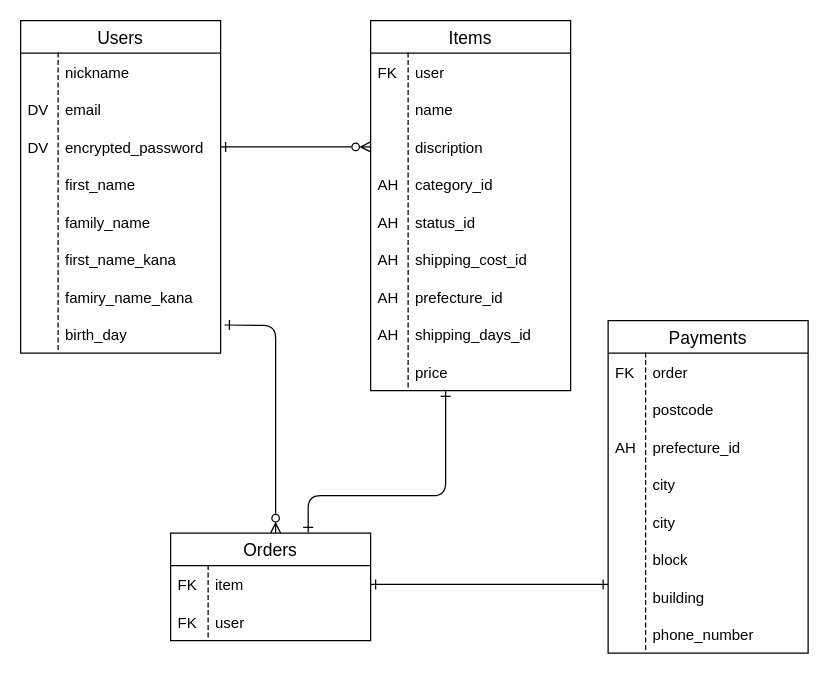
Earlier version of the draw.io diagram furima-38755.dio (prototypefilverse/furima-38755). Source tidied: cells renumbered, new cells numbered last; positions are measured from the earlier drawing's top-left corner, leaving out a move shared by most shapes. Both pictures are drawn from the tidied source at 125%, with x=0, y=0 at pixel (20, 20).
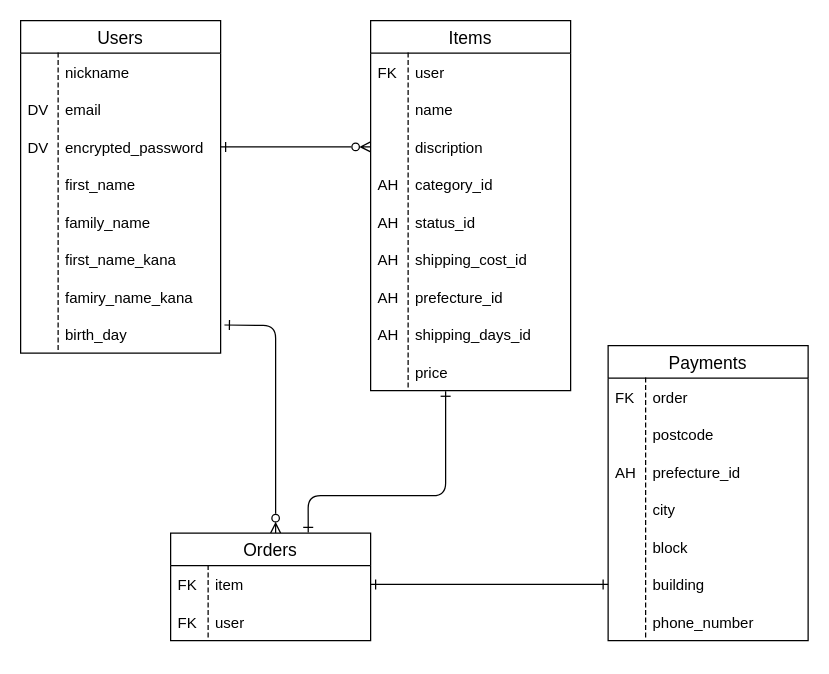
The same diagram, later.

Diff of the diagram source:
```diff
@@
     <mxCell id="44" value="Payments" style="swimlane;fontStyle=0;horizontal=1;startSize=26;align=center;fontSize=14;" parent="1" vertex="1">
-      <mxGeometry x="470" y="240" width="160" height="266" as="geometry" />
+      <mxGeometry x="470" y="260" width="160" height="236" as="geometry" />
     </mxCell>
@@
-    <mxCell id="53" value="city" style="shape=partialRectangle;fillColor=none;align=left;verticalAlign=middle;strokeColor=none;spacingLeft=34;" parent="44" vertex="1">
-      <mxGeometry y="146" width="160" height="30" as="geometry" />
-    </mxCell>
-    <mxCell id="54" style="shape=partialRectangle;top=0;left=0;bottom=0;fillColor=none;stokeWidth=1;dashed=1;align=left;verticalAlign=middle;spacingLeft=4;spacingRight=4;overflow=hidden;" parent="53" vertex="1">
-      <mxGeometry width="30" height="30" as="geometry" />
-    </mxCell>
     <mxCell id="55" value="block" style="shape=partialRectangle;fillColor=none;align=left;verticalAlign=middle;strokeColor=none;spacingLeft=34;" parent="44" vertex="1">
-      <mxGeometry y="176" width="160" height="30" as="geometry" />
+      <mxGeometry y="146" width="160" height="30" as="geometry" />
     </mxCell>
@@
     <mxCell id="57" value="building" style="shape=partialRectangle;fillColor=none;align=left;verticalAlign=middle;strokeColor=none;spacingLeft=34;" parent="44" vertex="1">
-      <mxGeometry y="206" width="160" height="30" as="geometry" />
+      <mxGeometry y="176" width="160" height="30" as="geometry" />
     </mxCell>
@@
     <mxCell id="59" value="phone_number" style="shape=partialRectangle;fillColor=none;align=left;verticalAlign=middle;strokeColor=none;spacingLeft=34;" parent="44" vertex="1">
-      <mxGeometry y="236" width="160" height="30" as="geometry" />
+      <mxGeometry y="206" width="160" height="30" as="geometry" />
     </mxCell>
```
